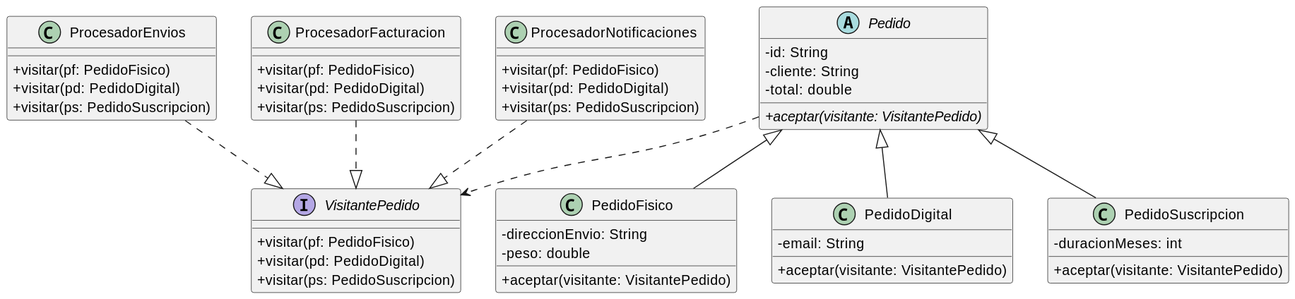
The PlantUML diagram src/DOO/DD/DD03/v002extensible/diagrama.svg in mmasias/idsw2, before a commit.
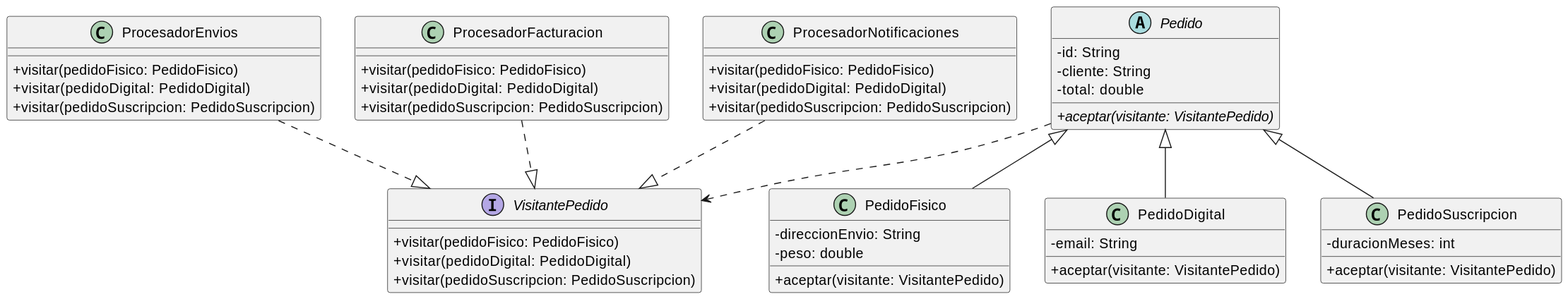
The same file after the commit.

Diff of the diagram source:
```diff
@@ -2,9 +2,9 @@
 skinparam classAttributeIconSize 0
 
 interface VisitantePedido {
-    + visitar(pf: PedidoFisico)
-    + visitar(pd: PedidoDigital)
-    + visitar(ps: PedidoSuscripcion)
+    + visitar(pedidoFisico: PedidoFisico)
+    + visitar(pedidoDigital: PedidoDigital)
+    + visitar(pedidoSuscripcion: PedidoSuscripcion)
 }
 
 abstract class Pedido {
@@ -31,21 +31,21 @@
 }
 
 class ProcesadorEnvios {
-    + visitar(pf: PedidoFisico)
-    + visitar(pd: PedidoDigital)
-    + visitar(ps: PedidoSuscripcion)
+    + visitar(pedidoFisico: PedidoFisico)
+    + visitar(pedidoDigital: PedidoDigital)
+    + visitar(pedidoSuscripcion: PedidoSuscripcion)
 }
 
 class ProcesadorFacturacion {
-    + visitar(pf: PedidoFisico)
-    + visitar(pd: PedidoDigital)
-    + visitar(ps: PedidoSuscripcion)
+    + visitar(pedidoFisico: PedidoFisico)
+    + visitar(pedidoDigital: PedidoDigital)
+    + visitar(pedidoSuscripcion: PedidoSuscripcion)
 }
 
 class ProcesadorNotificaciones {
-    + visitar(pf: PedidoFisico)
-    + visitar(pd: PedidoDigital)
-    + visitar(ps: PedidoSuscripcion)
+    + visitar(pedidoFisico: PedidoFisico)
+    + visitar(pedidoDigital: PedidoDigital)
+    + visitar(pedidoSuscripcion: PedidoSuscripcion)
 }
 
 Pedido <|-- PedidoFisico
```
